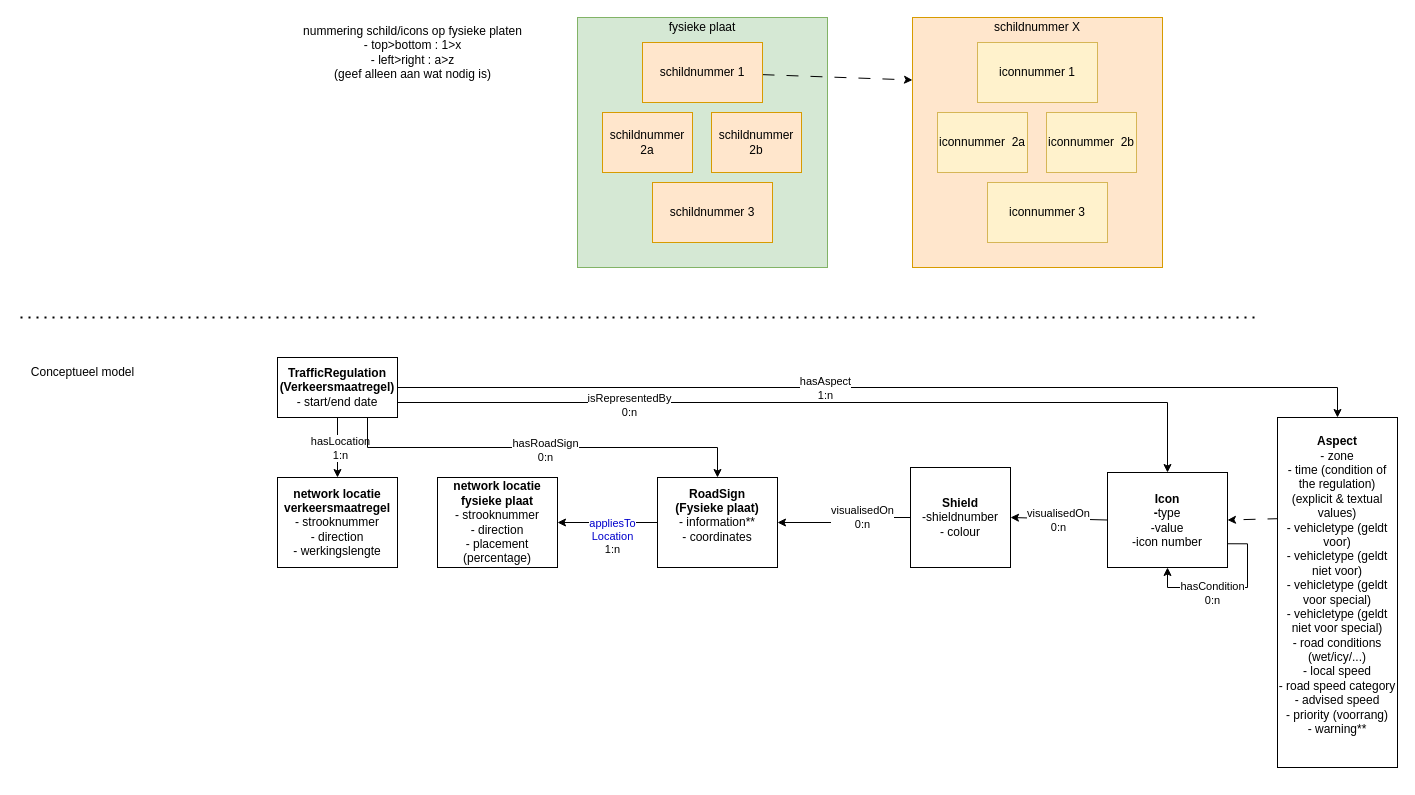
Stichting-CROW/verkeersborden keeps this draw.io diagram as docs/InformationModelVerkeersborden_schema/IM_verkeersborden_WIP.drawio. Above is the earlier version. Source tidied: cells renumbered, new cells numbered last; positions are measured from the earlier drawing's top-left corner, leaving out a move shared by most shapes. Both pictures are drawn from the tidied source at 100%, with x=0, y=0 at pixel (17, 17).
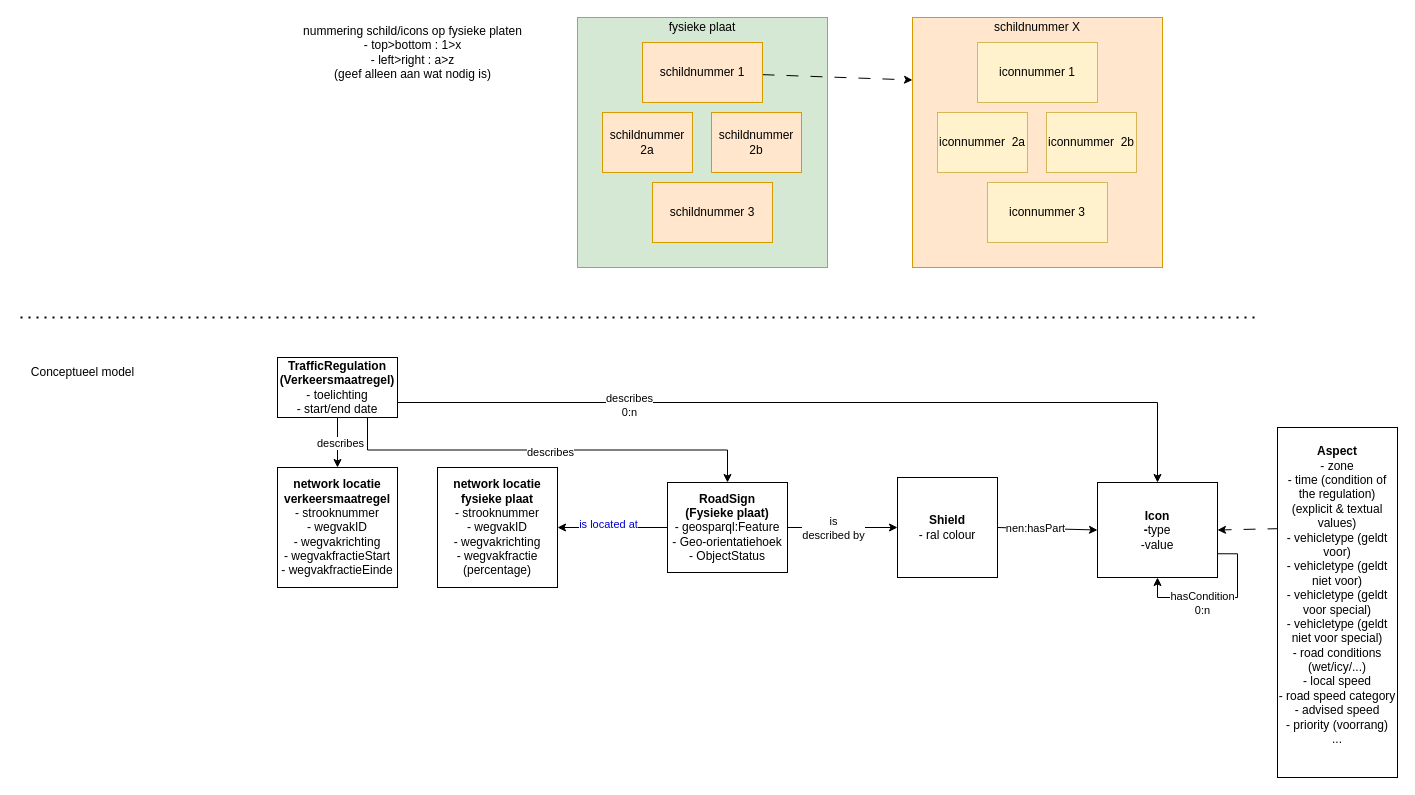
After the change.

The change refers to these unchanged cells:
```xml
<mxCell id="2" style="edgeStyle=orthogonalEdgeStyle;rounded=0;jettySize=auto;html=1;exitX=0.5;exitY=1;exitDx=0;exitDy=0;entryX=0.5;entryY=0;entryDx=0;entryDy=0;" parent="1" edge="1" source="10" target="12">
  <mxGeometry relative="1" as="geometry" />
</mxCell>
<mxCell id="6" style="edgeStyle=orthogonalEdgeStyle;rounded=0;jettySize=auto;html=1;exitX=1;exitY=0.75;exitDx=0;exitDy=0;entryX=0.5;entryY=0;entryDx=0;entryDy=0;" parent="1" edge="1" source="10" target="21">
  <mxGeometry relative="1" as="geometry" />
</mxCell>
<mxCell id="8" style="edgeStyle=orthogonalEdgeStyle;rounded=0;jettySize=auto;html=1;exitX=0.75;exitY=1;exitDx=0;exitDy=0;entryX=0.5;entryY=0;entryDx=0;entryDy=0;" parent="1" edge="1" source="10" target="11">
  <mxGeometry relative="1" as="geometry" />
</mxCell>
```

The edit, as a diff of the source:
```diff
@@
-    <mxCell id="3" value="&lt;div&gt;hasLocation&lt;/div&gt;&lt;div&gt;1:n&lt;/div&gt;" style="edgeLabel;html=1;align=center;verticalAlign=middle;" parent="2" vertex="1">
+    <mxCell id="3" value="&lt;div&gt;describes&lt;/div&gt;" style="edgeLabel;html=1;align=center;verticalAlign=middle;" parent="2" vertex="1">
       <mxGeometry x="0.01" y="2" relative="1" as="geometry" />
     </mxCell>
-    <mxCell id="4" style="edgeStyle=orthogonalEdgeStyle;rounded=0;jettySize=auto;html=1;exitX=1;exitY=0.5;exitDx=0;exitDy=0;entryX=0.5;entryY=0;entryDx=0;entryDy=0;" parent="1" edge="1" source="10" target="16">
-      <mxGeometry relative="1" as="geometry" />
-    </mxCell>
-    <mxCell id="5" value="&lt;div&gt;hasAspect&lt;/div&gt;&lt;div&gt;1:n&lt;br&gt;&lt;/div&gt;" style="edgeLabel;html=1;align=center;verticalAlign=middle;" parent="4" vertex="1">
-      <mxGeometry x="-0.12" relative="1" as="geometry" />
-    </mxCell>
@@
-    <mxCell id="7" value="&lt;div&gt;isRepresentedBy&lt;/div&gt;&lt;div&gt;0:n&lt;/div&gt;" style="edgeLabel;html=1;align=center;verticalAlign=middle;" parent="6" vertex="1">
+    <mxCell id="7" value="&lt;div&gt;describes&lt;/div&gt;&lt;div&gt;0:n&lt;/div&gt;" style="edgeLabel;html=1;align=center;verticalAlign=middle;" parent="6" vertex="1">
       <mxGeometry x="-0.45" y="-2" relative="1" as="geometry" />
     </mxCell>
@@
-    <mxCell id="9" value="&lt;div&gt;hasRoadSign&lt;/div&gt;&lt;div&gt;0:n&lt;br&gt;&lt;/div&gt;" style="edgeLabel;html=1;align=center;verticalAlign=middle;" parent="8" vertex="1">
+    <mxCell id="9" value="&lt;div&gt;describes&lt;/div&gt;" style="edgeLabel;html=1;align=center;verticalAlign=middle;" parent="8" vertex="1">
       <mxGeometry x="0.01" y="-2" relative="1" as="geometry" />
     </mxCell>
-    <mxCell id="10" value="&lt;div&gt;&lt;b&gt;TrafficRegulation&lt;/b&gt;&lt;/div&gt;&lt;div&gt;&lt;b&gt;(Verkeersmaatregel)&lt;br&gt;&lt;/b&gt;&lt;/div&gt;&lt;div&gt;- start/end date&lt;br&gt;&lt;/div&gt;" style="rounded=0;whiteSpace=wrap;html=1;" parent="1" vertex="1">
+    <mxCell id="10" value="&lt;div&gt;&lt;b&gt;TrafficRegulation&lt;/b&gt;&lt;/div&gt;&lt;div&gt;&lt;b&gt;(Verkeersmaatregel)&lt;br&gt;&lt;/b&gt;&lt;/div&gt;&lt;div&gt;- toelichting&lt;br&gt;&lt;/div&gt;&lt;div&gt;- start/end date&lt;/div&gt;" style="rounded=0;whiteSpace=wrap;html=1;" parent="1" vertex="1">
       <mxGeometry x="260" y="340" width="120" height="60" as="geometry" />
     </mxCell>
+    <mxCell id="40" style="edgeStyle=none;html=1;exitX=1;exitY=0.5;exitDx=0;exitDy=0;" parent="1" edge="1" source="11" target="30">
+      <mxGeometry relative="1" as="geometry" />
+    </mxCell>
+    <mxCell id="41" value="is &lt;br&gt;described by" style="edgeLabel;html=1;align=center;verticalAlign=middle;" parent="40" vertex="1">
+      <mxGeometry x="-0.19" relative="1" as="geometry" />
+    </mxCell>
-    <mxCell id="11" value="&lt;div&gt;&lt;b&gt;RoadSign&lt;/b&gt;&lt;/div&gt;&lt;div&gt;&lt;b&gt;(Fysieke plaat)&lt;/b&gt;&lt;br&gt;&lt;/div&gt;&lt;div&gt;- information**&lt;br&gt;&lt;/div&gt;&lt;div&gt;- coordinates&lt;/div&gt;&lt;div&gt;&lt;br&gt;&lt;/div&gt;" style="rounded=0;whiteSpace=wrap;html=1;" parent="1" vertex="1">
-      <mxGeometry x="640" y="460" width="120" height="90" as="geometry" />
+    <mxCell id="11" value="&lt;div&gt;&lt;b&gt;RoadSign&lt;/b&gt;&lt;/div&gt;&lt;div&gt;&lt;b&gt;(Fysieke plaat)&lt;/b&gt;&lt;br&gt;&lt;/div&gt;&lt;div&gt;- geosparql:Feature&lt;br&gt;&lt;/div&gt;&lt;div&gt;- Geo-orientatiehoek&lt;/div&gt;&lt;div&gt;- ObjectStatus&lt;/div&gt;" style="rounded=0;whiteSpace=wrap;html=1;" parent="1" vertex="1">
+      <mxGeometry x="650" y="465" width="120" height="90" as="geometry" />
     </mxCell>
-    <mxCell id="12" value="&lt;div&gt;&lt;b&gt;network locatie verkeersmaatregel&lt;/b&gt;&lt;/div&gt;&lt;div&gt;- strooknummer&lt;/div&gt;&lt;div&gt;- direction&lt;/div&gt;&lt;div&gt;- werkingslengte&lt;br&gt;&lt;/div&gt;" style="rounded=0;whiteSpace=wrap;html=1;" parent="1" vertex="1">
-      <mxGeometry x="260" y="460" width="120" height="90" as="geometry" />
+    <mxCell id="12" value="&lt;div&gt;&lt;b&gt;network locatie verkeersmaatregel&lt;/b&gt;&lt;/div&gt;&lt;div&gt;- strooknummer&lt;/div&gt;&lt;div&gt;- wegvakID&lt;/div&gt;&lt;div&gt;- wegvakrichting&lt;/div&gt;- wegvakfractieStart&lt;br&gt;- wegvakfractieEinde" style="rounded=0;whiteSpace=wrap;html=1;" parent="1" vertex="1">
+      <mxGeometry x="260" y="450" width="120" height="120" as="geometry" />
     </mxCell>
-    <mxCell id="13" value="&lt;div&gt;&lt;b&gt;network locatie fysieke plaat&lt;/b&gt;&lt;/div&gt;&lt;div&gt;- strooknummer&lt;/div&gt;&lt;div&gt;- direction&lt;/div&gt;&lt;div&gt;- placement (percentage)&lt;br&gt;&lt;/div&gt;" style="rounded=0;whiteSpace=wrap;html=1;" parent="1" vertex="1">
-      <mxGeometry x="420" y="460" width="120" height="90" as="geometry" />
+    <mxCell id="13" value="&lt;div&gt;&lt;b&gt;network locatie fysieke plaat&lt;/b&gt;&lt;/div&gt;&lt;div&gt;- strooknummer&lt;/div&gt;&lt;div&gt;- wegvakID&lt;/div&gt;&lt;div&gt;- wegvakrichting&lt;/div&gt;&lt;div&gt;- wegvakfractie (percentage)&lt;br&gt;&lt;/div&gt;" style="rounded=0;whiteSpace=wrap;html=1;" parent="1" vertex="1">
+      <mxGeometry x="420" y="450" width="120" height="120" as="geometry" />
     </mxCell>
-    <mxCell id="14" style="rounded=0;jettySize=auto;html=1;entryX=1;entryY=0.5;entryDx=0;entryDy=0;" parent="1" edge="1" target="13">
-      <mxGeometry relative="1" as="geometry">
-        <mxPoint x="640" y="505" as="sourcePoint" />
-      </mxGeometry>
+    <mxCell id="14" style="rounded=0;jettySize=auto;html=1;entryX=1;entryY=0.5;entryDx=0;entryDy=0;" parent="1" edge="1" source="11" target="13">
+      <mxGeometry relative="1" as="geometry" />
     </mxCell>
@@
-    <mxCell id="16" value="&lt;div&gt;&lt;b&gt;Aspect&lt;/b&gt;&lt;/div&gt;&lt;div&gt;- zone&lt;/div&gt;&lt;div&gt;- time (condition of the regulation) (explicit &amp;amp; textual values)&lt;/div&gt;&lt;div&gt;- vehicletype (geldt voor)&lt;/div&gt;&lt;div&gt;- vehicletype (geldt niet voor)&lt;/div&gt;&lt;div&gt;- vehicletype (geldt voor special)&lt;/div&gt;&lt;div&gt;- vehicletype (geldt niet voor special)&lt;/div&gt;&lt;div&gt;- road conditions (wet/icy/...)&lt;/div&gt;&lt;div&gt;- local speed&lt;/div&gt;&lt;div&gt;- road speed category &lt;br&gt;&lt;/div&gt;&lt;div&gt;- advised speed&lt;/div&gt;&lt;div&gt;- priority (voorrang)&lt;br&gt;&lt;/div&gt;&lt;div&gt;- warning**&lt;/div&gt;&lt;div&gt;&lt;br&gt;&lt;/div&gt;" style="rounded=0;whiteSpace=wrap;html=1;" parent="1" vertex="1">
-      <mxGeometry x="1260" y="400" width="120" height="350" as="geometry" />
+    <mxCell id="16" value="&lt;div&gt;&lt;b&gt;Aspect&lt;/b&gt;&lt;/div&gt;&lt;div&gt;- zone&lt;/div&gt;&lt;div&gt;- time (condition of the regulation) (explicit &amp;amp; textual values)&lt;/div&gt;&lt;div&gt;- vehicletype (geldt voor)&lt;/div&gt;&lt;div&gt;- vehicletype (geldt niet voor)&lt;/div&gt;&lt;div&gt;- vehicletype (geldt voor special)&lt;/div&gt;&lt;div&gt;- vehicletype (geldt niet voor special)&lt;/div&gt;&lt;div&gt;- road conditions (wet/icy/...)&lt;/div&gt;&lt;div&gt;- local speed&lt;/div&gt;&lt;div&gt;- road speed category &lt;br&gt;&lt;/div&gt;&lt;div&gt;- advised speed&lt;/div&gt;&lt;div&gt;- priority (voorrang)&lt;br&gt;&lt;/div&gt;&lt;div&gt;...&lt;/div&gt;&lt;div&gt;&lt;br&gt;&lt;/div&gt;" style="rounded=0;whiteSpace=wrap;html=1;" parent="1" vertex="1">
+      <mxGeometry x="1260" y="410" width="120" height="350" as="geometry" />
     </mxCell>
@@
-    <mxCell id="19" style="rounded=0;jettySize=auto;html=1;exitX=0;exitY=0.5;exitDx=0;exitDy=0;entryX=1;entryY=0.5;entryDx=0;entryDy=0;" parent="1" edge="1" source="21" target="30">
-      <mxGeometry relative="1" as="geometry" />
-    </mxCell>
-    <mxCell id="20" value="&lt;div&gt;visualisedOn&lt;/div&gt;&lt;div&gt;0:n&lt;br&gt;&lt;/div&gt;" style="edgeLabel;html=1;align=center;verticalAlign=middle;" parent="19" vertex="1">
-      <mxGeometry x="-0.32" relative="1" as="geometry">
-        <mxPoint x="-17" y="1" as="offset" />
-      </mxGeometry>
-    </mxCell>
-    <mxCell id="21" value="&lt;div&gt;&lt;b&gt;Icon&lt;br&gt;&lt;/b&gt;&lt;/div&gt;&lt;div&gt;&lt;b&gt;-&lt;/b&gt;type&lt;/div&gt;&lt;div&gt;-value&lt;/div&gt;&lt;div&gt;-icon number&lt;br&gt;&lt;/div&gt;" style="rounded=0;whiteSpace=wrap;html=1;" parent="1" vertex="1">
-      <mxGeometry x="1090" y="455" width="120" height="95" as="geometry" />
+    <mxCell id="21" value="&lt;div&gt;&lt;b&gt;Icon&lt;br&gt;&lt;/b&gt;&lt;/div&gt;&lt;div&gt;&lt;b&gt;-&lt;/b&gt;type&lt;/div&gt;&lt;div&gt;-value&lt;/div&gt;" style="rounded=0;whiteSpace=wrap;html=1;" parent="1" vertex="1">
+      <mxGeometry x="1080" y="465" width="120" height="95" as="geometry" />
     </mxCell>
@@
-    <mxCell id="28" style="edgeStyle=orthogonalEdgeStyle;rounded=0;jettySize=auto;html=1;entryX=1;entryY=0.5;entryDx=0;entryDy=0;" parent="1" edge="1" source="30" target="11">
-      <mxGeometry relative="1" as="geometry" />
-    </mxCell>
-    <mxCell id="29" value="&lt;div&gt;visualisedOn&lt;/div&gt;&lt;div&gt;0:n&lt;br&gt;&lt;/div&gt;" style="edgeLabel;html=1;align=center;verticalAlign=middle;" parent="28" vertex="1">
-      <mxGeometry x="-0.29" y="-1" relative="1" as="geometry" />
-    </mxCell>
+    <mxCell id="42" style="edgeStyle=none;html=1;exitX=1;exitY=0.5;exitDx=0;exitDy=0;entryX=0;entryY=0.5;entryDx=0;entryDy=0;" parent="1" edge="1" source="30" target="21">
+      <mxGeometry relative="1" as="geometry" />
+    </mxCell>
+    <mxCell id="43" value="nen:hasPart" style="edgeLabel;html=1;align=center;verticalAlign=middle;" parent="42" vertex="1">
+      <mxGeometry x="-0.25" relative="1" as="geometry" />
+    </mxCell>
-    <mxCell id="30" value="&lt;div&gt;&lt;b&gt;Shield&lt;/b&gt;&lt;/div&gt;&lt;div&gt;-shieldnumber&lt;/div&gt;&lt;div&gt;- colour&lt;br&gt;&lt;/div&gt;" style="whiteSpace=wrap;html=1;" parent="1" vertex="1">
-      <mxGeometry x="893" y="450" width="100" height="100" as="geometry" />
+    <mxCell id="30" value="&lt;div&gt;&lt;b&gt;Shield&lt;/b&gt;&lt;/div&gt;&lt;div&gt;&lt;span style=&quot;background-color: initial;&quot;&gt;- ral colour&lt;/span&gt;&lt;br&gt;&lt;/div&gt;" style="whiteSpace=wrap;html=1;" parent="1" vertex="1">
+      <mxGeometry x="880" y="460" width="100" height="100" as="geometry" />
     </mxCell>
@@
-    <mxCell id="39" value="&lt;div&gt;&lt;font color=&quot;#0000cc&quot;&gt;appliesTo&lt;/font&gt;&lt;/div&gt;&lt;div&gt;&lt;font color=&quot;#0000cc&quot;&gt;Location&lt;/font&gt;&lt;/div&gt;&lt;div&gt;1:n&lt;/div&gt;" style="edgeLabel;html=1;align=center;verticalAlign=middle;" parent="1" vertex="1">
+    <mxCell id="39" value="&lt;font color=&quot;#0000cc&quot;&gt;is located at&lt;/font&gt;" style="edgeLabel;html=1;align=center;verticalAlign=middle;" parent="1" vertex="1">
       <mxGeometry x="600" y="510" as="geometry">
-        <mxPoint x="-6" y="8" as="offset" />
+        <mxPoint x="-10" y="-4" as="offset" />
       </mxGeometry>
     </mxCell>
```
